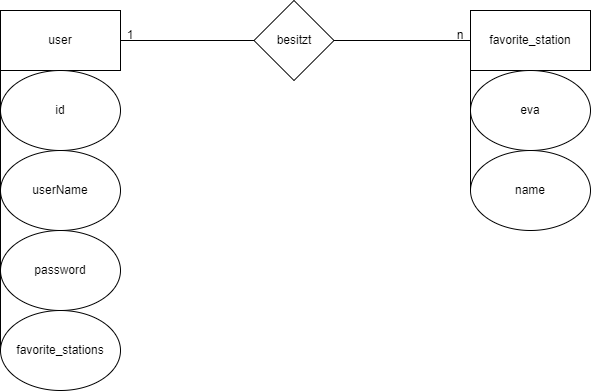
Before: db/erm.png, a diagram exported from draw.io (Dr-PPSN/bbs-php-projekt-dbapi). Source tidied: cells renumbered, new cells last; positions are measured from the earlier drawing's top-left corner, leaving out a move shared by most shapes. The source it was exported from:
```xml
<mxGraphModel>
  <root>
    <mxCell id="0" />
    <mxCell id="1" parent="0" />
    <mxCell id="2" value="user" style="rounded=0;whiteSpace=wrap;html=1;" parent="1" vertex="1">
      <mxGeometry y="10" width="120" height="60" as="geometry" />
    </mxCell>
    <mxCell id="3" value="favorite_station" style="rounded=0;whiteSpace=wrap;html=1;" parent="1" vertex="1">
      <mxGeometry x="470" y="10" width="120" height="60" as="geometry" />
    </mxCell>
    <mxCell id="4" value="besitzt" style="rhombus;whiteSpace=wrap;html=1;" parent="1" vertex="1">
      <mxGeometry x="253.5" width="80" height="80" as="geometry" />
    </mxCell>
    <mxCell id="5" style="endArrow=none;html=1;rounded=0;exitX=1;exitY=0.5;exitDx=0;exitDy=0;entryX=0;entryY=0.5;entryDx=0;entryDy=0;" parent="1" edge="1" source="2" target="4">
      <mxGeometry relative="1" as="geometry" />
    </mxCell>
    <mxCell id="6" style="endArrow=none;html=1;rounded=0;entryX=0;entryY=0.5;entryDx=0;entryDy=0;exitX=1;exitY=0.5;exitDx=0;exitDy=0;" parent="1" edge="1" source="4" target="3">
      <mxGeometry relative="1" as="geometry" />
    </mxCell>
    <mxCell id="7" value="1" style="text;html=1;strokeColor=none;fillColor=none;align=center;verticalAlign=middle;whiteSpace=wrap;rounded=0;" parent="1" vertex="1">
      <mxGeometry x="100" y="20" width="60" height="30" as="geometry" />
    </mxCell>
    <mxCell id="8" value="n" style="text;html=1;strokeColor=none;fillColor=none;align=center;verticalAlign=middle;whiteSpace=wrap;rounded=0;" parent="1" vertex="1">
      <mxGeometry x="430" y="20" width="60" height="30" as="geometry" />
    </mxCell>
    <mxCell id="9" value="id" style="ellipse;whiteSpace=wrap;html=1;" parent="1" vertex="1">
      <mxGeometry y="70" width="120" height="80" as="geometry" />
    </mxCell>
    <mxCell id="10" value="userName" style="ellipse;whiteSpace=wrap;html=1;" parent="1" vertex="1">
      <mxGeometry y="150" width="120" height="80" as="geometry" />
    </mxCell>
    <mxCell id="11" value="password" style="ellipse;whiteSpace=wrap;html=1;" parent="1" vertex="1">
      <mxGeometry y="230" width="120" height="80" as="geometry" />
    </mxCell>
    <mxCell id="12" style="endArrow=none;html=1;rounded=0;entryX=0;entryY=1;entryDx=0;entryDy=0;exitX=0;exitY=0.5;exitDx=0;exitDy=0;" parent="1" edge="1" source="15" target="2">
      <mxGeometry relative="1" as="geometry" />
    </mxCell>
    <mxCell id="13" value="eva" style="ellipse;whiteSpace=wrap;html=1;" parent="1" vertex="1">
      <mxGeometry x="470" y="70" width="120" height="80" as="geometry" />
    </mxCell>
    <mxCell id="14" value="name" style="ellipse;whiteSpace=wrap;html=1;" parent="1" vertex="1">
      <mxGeometry x="470" y="150" width="120" height="80" as="geometry" />
    </mxCell>
    <mxCell id="15" value="favorite_stations" style="ellipse;whiteSpace=wrap;html=1;" parent="1" vertex="1">
      <mxGeometry y="310" width="120" height="80" as="geometry" />
    </mxCell>
    <mxCell id="16" style="endArrow=none;html=1;rounded=0;entryX=0;entryY=1;entryDx=0;entryDy=0;exitX=0;exitY=0.5;exitDx=0;exitDy=0;" parent="1" edge="1" source="14" target="3">
      <mxGeometry relative="1" as="geometry" />
    </mxCell>
  </root>
</mxGraphModel>
```
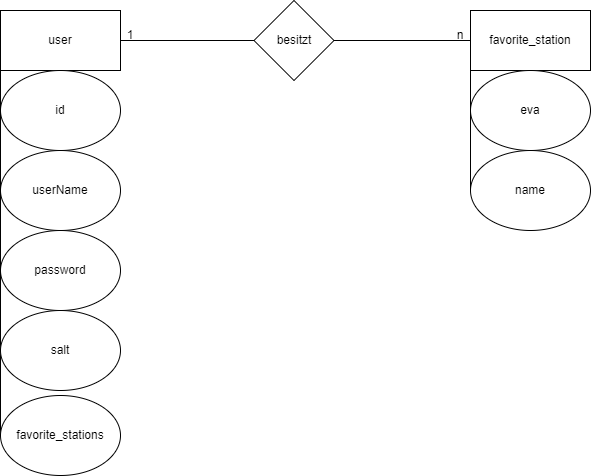
After the change.

Commit message:
~ ERM überarbeitet

Diff of the diagram source:
```diff
@@ -32,7 +32,7 @@
     <mxCell id="11" value="password" style="ellipse;whiteSpace=wrap;html=1;" parent="1" vertex="1">
       <mxGeometry y="230" width="120" height="80" as="geometry" />
     </mxCell>
-    <mxCell id="12" style="endArrow=none;html=1;rounded=0;entryX=0;entryY=1;entryDx=0;entryDy=0;exitX=0;exitY=0.5;exitDx=0;exitDy=0;" parent="1" edge="1" source="15" target="2">
+    <mxCell id="12" style="endArrow=none;html=1;rounded=0;entryX=0;entryY=1;entryDx=0;entryDy=0;exitX=0;exitY=0.5;exitDx=0;exitDy=0;" parent="1" edge="1" source="17" target="2">
       <mxGeometry relative="1" as="geometry" />
     </mxCell>
     <mxCell id="13" value="eva" style="ellipse;whiteSpace=wrap;html=1;" parent="1" vertex="1">
@@ -41,11 +41,14 @@
     <mxCell id="14" value="name" style="ellipse;whiteSpace=wrap;html=1;" parent="1" vertex="1">
       <mxGeometry x="470" y="150" width="120" height="80" as="geometry" />
     </mxCell>
-    <mxCell id="15" value="favorite_stations" style="ellipse;whiteSpace=wrap;html=1;" parent="1" vertex="1">
+    <mxCell id="15" value="salt" style="ellipse;whiteSpace=wrap;html=1;" parent="1" vertex="1">
       <mxGeometry y="310" width="120" height="80" as="geometry" />
     </mxCell>
     <mxCell id="16" style="endArrow=none;html=1;rounded=0;entryX=0;entryY=1;entryDx=0;entryDy=0;exitX=0;exitY=0.5;exitDx=0;exitDy=0;" parent="1" edge="1" source="14" target="3">
       <mxGeometry relative="1" as="geometry" />
     </mxCell>
+    <mxCell id="17" value="favorite_stations" style="ellipse;whiteSpace=wrap;html=1;" parent="1" vertex="1">
+      <mxGeometry y="395" width="120" height="80" as="geometry" />
+    </mxCell>
   </root>
 </mxGraphModel>
```
